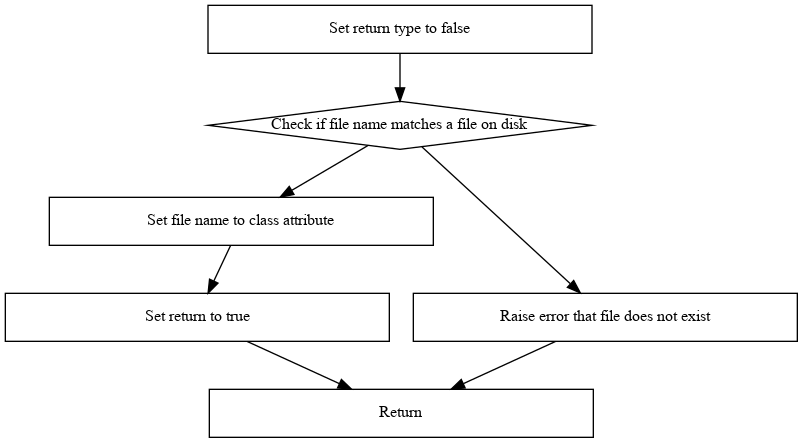
This is wiki/images/flowcharts/Configurator/process-single-file.png from AVanDeBrook/c-dependency-graph, a Graphviz export, as it was before one commit. Its source is kept beside it as wiki/dot-sources/flowcharts/Configurator/process-single-file.dot. The source it was exported from:
```dot
digraph "Process Single File" {
    rankdir="TB";
    node [shape="rectangle",fixedsize=true,height=0.5,width=4.0,fontsize=12];

    set_return_false [label="Set return type to false"];
    check_file_name [label="Check if file name matches a file on disk",shape=diamond];
    set_attr [label="Set file name to class attribute"];
    set_return_true [label="Set return to true"];
    no_file [label="Raise error that file does not exist"];
    return [label="Return"];

    set_return_false -> check_file_name;
    check_file_name -> set_attr -> set_return_true -> return;
    check_file_name -> no_file -> return;
}
```
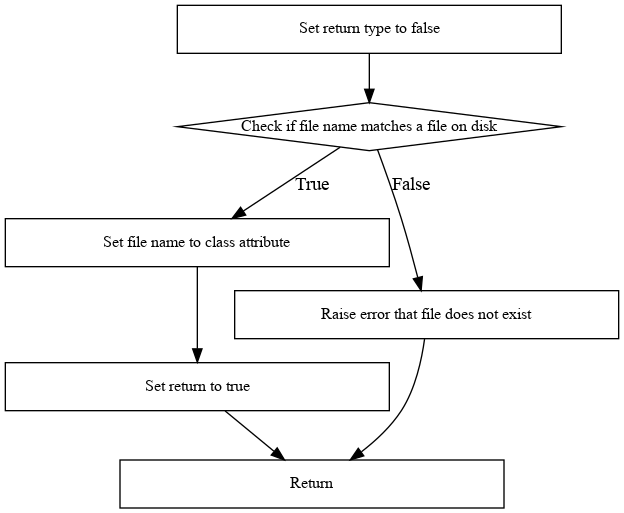
The same file after the commit.

Change to the diagram source:
```diff
@@ -10,6 +10,8 @@
     return [label="Return"];
 
     set_return_false -> check_file_name;
-    check_file_name -> set_attr -> set_return_true -> return;
-    check_file_name -> no_file -> return;
+    check_file_name -> set_attr [label="True"];
+	set_attr -> set_return_true -> return;
+    check_file_name -> no_file [label="False"];
+	no_file -> return;
 }
```
